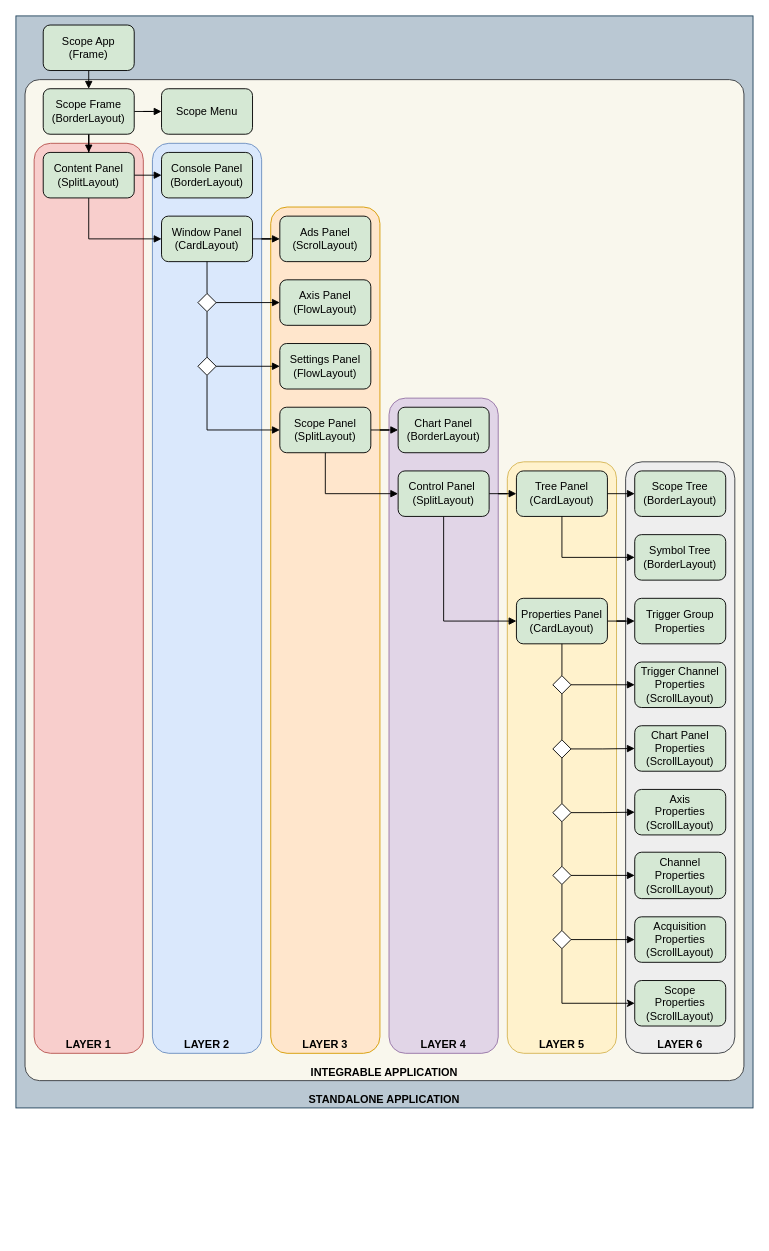
LaCocoRoco/Beckhoff keeps this draw.io diagram as doc/layout.drawio.xml. Above is the earlier version. Source tidied: cells renumbered, new cells numbered last; positions are measured from the earlier drawing's top-left corner, leaving out a move shared by most shapes. Both pictures are drawn from the tidied source at 91%, with x=0, y=0 at pixel (15, 15).
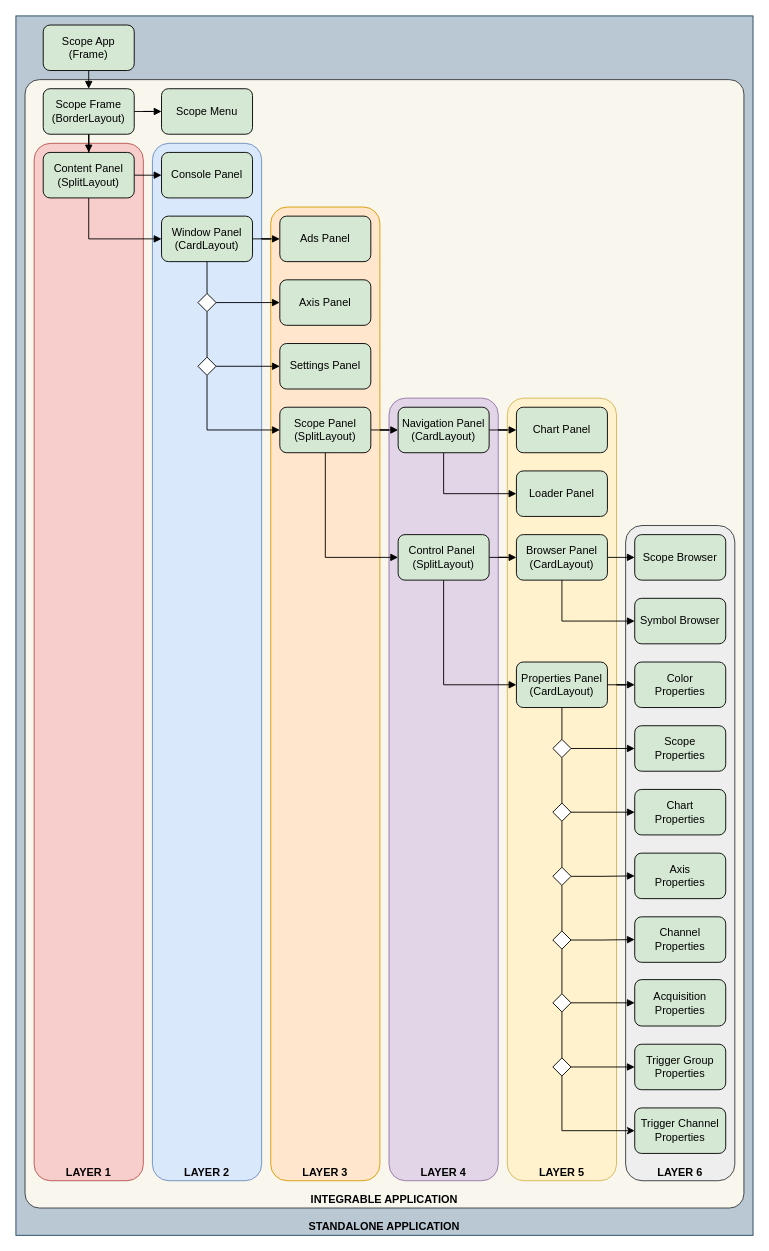
After the change.

The edit, as a diff of the source:
```diff
@@
     <mxCell id="2" value="&lt;b&gt;STANDALONE APPLICATION&lt;/b&gt;" style="rounded=0;whiteSpace=wrap;html=1;arcSize=2;verticalAlign=bottom;fillColor=#bac8d3;strokeColor=#23445d;" parent="1" vertex="1">
-      <mxGeometry width="810" height="1200" as="geometry" />
+      <mxGeometry width="810" height="1340" as="geometry" />
     </mxCell>
     <mxCell id="3" value="&lt;b&gt;INTEGRABLE APPLICATION&lt;/b&gt;" style="rounded=1;whiteSpace=wrap;html=1;arcSize=2;verticalAlign=bottom;fillColor=#f9f7ed;strokeColor=#36393d;" parent="1" vertex="1">
-      <mxGeometry x="10" y="70" width="790" height="1100" as="geometry" />
+      <mxGeometry x="10" y="70" width="790" height="1240" as="geometry" />
     </mxCell>
     <mxCell id="4" value="LAYER 6" style="rounded=1;whiteSpace=wrap;html=1;labelPosition=center;verticalLabelPosition=middle;align=center;verticalAlign=bottom;labelBackgroundColor=none;fontStyle=1;strokeColor=#36393d;fillColor=#eeeeee;" parent="1" vertex="1">
-      <mxGeometry x="670" y="490" width="120" height="650" as="geometry" />
+      <mxGeometry x="670" y="560" width="120" height="720" as="geometry" />
     </mxCell>
     <mxCell id="5" value="LAYER 5" style="rounded=1;whiteSpace=wrap;html=1;fillColor=#fff2cc;labelPosition=center;verticalLabelPosition=middle;align=center;verticalAlign=bottom;labelBackgroundColor=none;fontStyle=1;strokeColor=#d6b656;" parent="1" vertex="1">
-      <mxGeometry x="540" y="490" width="120" height="650" as="geometry" />
+      <mxGeometry x="540" y="420" width="120" height="860" as="geometry" />
     </mxCell>
     <mxCell id="6" value="LAYER 4" style="rounded=1;whiteSpace=wrap;html=1;fillColor=#e1d5e7;labelPosition=center;verticalLabelPosition=middle;align=center;verticalAlign=bottom;labelBackgroundColor=none;fontStyle=1;strokeColor=#9673a6;" parent="1" vertex="1">
-      <mxGeometry x="410" y="420" width="120" height="720" as="geometry" />
+      <mxGeometry x="410" y="420" width="120" height="860" as="geometry" />
     </mxCell>
     <mxCell id="7" value="LAYER 3" style="rounded=1;whiteSpace=wrap;html=1;labelPosition=center;verticalLabelPosition=middle;align=center;verticalAlign=bottom;labelBackgroundColor=none;fontStyle=1;strokeColor=#d79b00;fillColor=#ffe6cc;" parent="1" vertex="1">
-      <mxGeometry x="280" y="210" width="120" height="930" as="geometry" />
+      <mxGeometry x="280" y="210" width="120" height="1070" as="geometry" />
     </mxCell>
     <mxCell id="8" value="LAYER 2" style="rounded=1;whiteSpace=wrap;html=1;fillColor=#dae8fc;labelPosition=center;verticalLabelPosition=middle;align=center;verticalAlign=bottom;labelBackgroundColor=none;fontStyle=1;strokeColor=#6c8ebf;" parent="1" vertex="1">
-      <mxGeometry x="150" y="140" width="120" height="1000" as="geometry" />
+      <mxGeometry x="150" y="140" width="120" height="1140" as="geometry" />
     </mxCell>
     <mxCell id="9" value="LAYER 1" style="rounded=1;whiteSpace=wrap;html=1;fillColor=#f8cecc;labelPosition=center;verticalLabelPosition=middle;align=center;verticalAlign=bottom;labelBackgroundColor=none;fontStyle=1;strokeColor=#b85450;" parent="1" vertex="1">
-      <mxGeometry x="20" y="140" width="120" height="1000" as="geometry" />
+      <mxGeometry x="20" y="140" width="120" height="1140" as="geometry" />
     </mxCell>
@@
-    <mxCell id="16" value="Console Panel&lt;br&gt;(BorderLayout)" style="rounded=1;whiteSpace=wrap;html=1;fillColor=#d5e8d4;strokeWidth=1;" parent="1" vertex="1">
+    <mxCell id="16" value="Console Panel" style="rounded=1;whiteSpace=wrap;html=1;fillColor=#d5e8d4;strokeWidth=1;" parent="1" vertex="1">
       <mxGeometry x="160" y="150" width="100" height="50" as="geometry" />
     </mxCell>
@@
-    <mxCell id="19" value="Ads Panel&lt;br&gt;(ScrolLayout)" style="rounded=1;whiteSpace=wrap;html=1;fillColor=#d5e8d4;strokeWidth=1;" parent="1" vertex="1">
+    <mxCell id="19" value="Ads Panel" style="rounded=1;whiteSpace=wrap;html=1;fillColor=#d5e8d4;strokeWidth=1;" parent="1" vertex="1">
       <mxGeometry x="290" y="220" width="100" height="50" as="geometry" />
     </mxCell>
+    <mxCell id="69" style="edgeStyle=orthogonalEdgeStyle;rounded=0;jettySize=auto;html=1;entryX=0;entryY=0.5;entryDx=0;entryDy=0;exitX=0.5;exitY=1;exitDx=0;exitDy=0;endArrow=block;endFill=1;" parent="1" edge="1" source="20" target="72">
+      <mxGeometry relative="1" as="geometry" />
+    </mxCell>
+    <mxCell id="70" style="edgeStyle=orthogonalEdgeStyle;rounded=0;jettySize=auto;html=1;entryX=0;entryY=0.5;entryDx=0;entryDy=0;endArrow=block;endFill=1;" parent="1" edge="1" source="20" target="71">
+      <mxGeometry relative="1" as="geometry" />
+    </mxCell>
-    <mxCell id="20" value="Chart Panel&lt;br&gt;(BorderLayout)" style="rounded=1;whiteSpace=wrap;html=1;fillColor=#d5e8d4;strokeWidth=1;" parent="1" vertex="1">
+    <mxCell id="20" value="Navigation Panel&lt;br&gt;(CardLayout)" style="rounded=1;whiteSpace=wrap;html=1;fillColor=#d5e8d4;strokeWidth=1;" parent="1" vertex="1">
       <mxGeometry x="420" y="430" width="100" height="50" as="geometry" />
     </mxCell>
@@
-    <mxCell id="24" value="Tree Panel&lt;br&gt;(CardLayout)" style="rounded=1;whiteSpace=wrap;html=1;fillColor=#d5e8d4;strokeWidth=1;" parent="1" vertex="1">
-      <mxGeometry x="550" y="500" width="100" height="50" as="geometry" />
+    <mxCell id="24" value="Browser Panel (CardLayout)" style="rounded=1;whiteSpace=wrap;html=1;fillColor=#d5e8d4;strokeWidth=1;" parent="1" vertex="1">
+      <mxGeometry x="550" y="570" width="100" height="50" as="geometry" />
     </mxCell>
@@
-    <mxCell id="26" value="Symbol Tree&lt;br&gt;(BorderLayout)" style="rounded=1;whiteSpace=wrap;html=1;fillColor=#d5e8d4;strokeWidth=1;" parent="1" vertex="1">
-      <mxGeometry x="680" y="570" width="100" height="50" as="geometry" />
+    <mxCell id="26" value="Symbol Browser" style="rounded=1;whiteSpace=wrap;html=1;fillColor=#d5e8d4;strokeWidth=1;" parent="1" vertex="1">
+      <mxGeometry x="680" y="640" width="100" height="50" as="geometry" />
     </mxCell>
@@
     <mxCell id="32" value="Properties Panel&lt;br&gt;(CardLayout)" style="rounded=1;whiteSpace=wrap;html=1;fillColor=#d5e8d4;strokeWidth=1;" parent="1" vertex="1">
-      <mxGeometry x="550" y="640" width="100" height="50" as="geometry" />
+      <mxGeometry x="550" y="710" width="100" height="50" as="geometry" />
     </mxCell>
-    <mxCell id="33" value="Trigger Group&lt;br&gt;Properties" style="rounded=1;whiteSpace=wrap;html=1;fillColor=#d5e8d4;strokeWidth=1;" parent="1" vertex="1">
-      <mxGeometry x="680" y="640" width="100" height="50" as="geometry" />
+    <mxCell id="33" value="Color&lt;br&gt;Properties" style="rounded=1;whiteSpace=wrap;html=1;fillColor=#d5e8d4;strokeWidth=1;" parent="1" vertex="1">
+      <mxGeometry x="680" y="710" width="100" height="50" as="geometry" />
     </mxCell>
-    <mxCell id="34" value="Trigger Channel&lt;br&gt;Properties&lt;br&gt;(ScrollLayout)" style="rounded=1;whiteSpace=wrap;html=1;fillColor=#d5e8d4;strokeWidth=1;" parent="1" vertex="1">
-      <mxGeometry x="680" y="710" width="100" height="50" as="geometry" />
+    <mxCell id="34" value="Chart&lt;br&gt;Properties" style="rounded=1;whiteSpace=wrap;html=1;fillColor=#d5e8d4;strokeWidth=1;" parent="1" vertex="1">
+      <mxGeometry x="680" y="850" width="100" height="50" as="geometry" />
     </mxCell>
-    <mxCell id="35" value="Channel&lt;br&gt;Properties&lt;br&gt;(ScrollLayout)" style="rounded=1;whiteSpace=wrap;html=1;fillColor=#d5e8d4;strokeWidth=1;" parent="1" vertex="1">
-      <mxGeometry x="680" y="919" width="100" height="51" as="geometry" />
+    <mxCell id="35" value="Acquisition&lt;br&gt;Properties" style="rounded=1;whiteSpace=wrap;html=1;fillColor=#d5e8d4;strokeWidth=1;" parent="1" vertex="1">
+      <mxGeometry x="680" y="1059" width="100" height="51" as="geometry" />
     </mxCell>
-    <mxCell id="36" value="Chart Panel&lt;br&gt;Properties&lt;br&gt;(ScrollLayout)" style="rounded=1;whiteSpace=wrap;html=1;fillColor=#d5e8d4;strokeWidth=1;" parent="1" vertex="1">
-      <mxGeometry x="680" y="780" width="100" height="50" as="geometry" />
+    <mxCell id="36" value="Axis&lt;br&gt;Properties" style="rounded=1;whiteSpace=wrap;html=1;fillColor=#d5e8d4;strokeWidth=1;" parent="1" vertex="1">
+      <mxGeometry x="680" y="920" width="100" height="50" as="geometry" />
     </mxCell>
-    <mxCell id="37" value="Axis&lt;br&gt;Properties&lt;br&gt;(ScrollLayout)" style="rounded=1;whiteSpace=wrap;html=1;fillColor=#d5e8d4;strokeWidth=1;" parent="1" vertex="1">
-      <mxGeometry x="680" y="850" width="100" height="50" as="geometry" />
+    <mxCell id="37" value="Channel&lt;br&gt;Properties" style="rounded=1;whiteSpace=wrap;html=1;fillColor=#d5e8d4;strokeWidth=1;" parent="1" vertex="1">
+      <mxGeometry x="680" y="990" width="100" height="50" as="geometry" />
     </mxCell>
@@
     <mxCell id="42" style="rhombus;whiteSpace=wrap;html=1;strokeWidth=1;" parent="1" vertex="1">
-      <mxGeometry x="590" y="725" width="20" height="20" as="geometry" />
+      <mxGeometry x="590" y="865" width="20" height="20" as="geometry" />
     </mxCell>
-    <mxCell id="43" style="edgeStyle=orthogonalEdgeStyle;rounded=0;jettySize=auto;html=1;entryX=0.5;entryY=0;entryDx=0;entryDy=0;exitX=0.5;exitY=1;exitDx=0;exitDy=0;endArrow=none;endFill=0;strokeWidth=1;" parent="1" edge="1" source="32" target="42">
+    <mxCell id="43" style="edgeStyle=orthogonalEdgeStyle;rounded=0;jettySize=auto;html=1;entryX=0.5;entryY=0;entryDx=0;entryDy=0;exitX=0.5;exitY=1;exitDx=0;exitDy=0;endArrow=none;endFill=0;strokeWidth=1;" parent="1" edge="1" source="74" target="42">
       <mxGeometry relative="1" as="geometry" />
     </mxCell>
@@
     <mxCell id="45" style="rhombus;whiteSpace=wrap;html=1;strokeWidth=1;" parent="1" vertex="1">
-      <mxGeometry x="590" y="795.5" width="20" height="20" as="geometry" />
+      <mxGeometry x="590" y="935.5" width="20" height="20" as="geometry" />
     </mxCell>
@@
     <mxCell id="47" style="rhombus;whiteSpace=wrap;html=1;strokeWidth=1;" parent="1" vertex="1">
-      <mxGeometry x="590" y="865.5" width="20" height="20" as="geometry" />
+      <mxGeometry x="590" y="1005.5" width="20" height="20" as="geometry" />
     </mxCell>
-    <mxCell id="48" value="Axis Panel&lt;br&gt;(FlowLayout)" style="rounded=1;whiteSpace=wrap;html=1;fillColor=#d5e8d4;strokeWidth=1;" parent="1" vertex="1">
+    <mxCell id="48" value="Axis Panel" style="rounded=1;whiteSpace=wrap;html=1;fillColor=#d5e8d4;strokeWidth=1;" parent="1" vertex="1">
       <mxGeometry x="290" y="290" width="100" height="50" as="geometry" />
     </mxCell>
-    <mxCell id="49" value="Acquisition&lt;br&gt;Properties&lt;br&gt;(ScrollLayout)" style="rounded=1;whiteSpace=wrap;html=1;fillColor=#d5e8d4;strokeWidth=1;" parent="1" vertex="1">
-      <mxGeometry x="680" y="990" width="100" height="50" as="geometry" />
+    <mxCell id="49" value="Trigger Group&lt;br&gt;Properties" style="rounded=1;whiteSpace=wrap;html=1;fillColor=#d5e8d4;strokeWidth=1;" parent="1" vertex="1">
+      <mxGeometry x="680" y="1130" width="100" height="50" as="geometry" />
     </mxCell>
@@
     <mxCell id="52" style="rhombus;whiteSpace=wrap;html=1;strokeWidth=1;" parent="1" vertex="1">
-      <mxGeometry x="590" y="934.5" width="20" height="20" as="geometry" />
+      <mxGeometry x="590" y="1074.5" width="20" height="20" as="geometry" />
     </mxCell>
@@
     <mxCell id="55" value="Control Panel&amp;nbsp;&lt;br&gt;(SplitLayout)" style="rounded=1;whiteSpace=wrap;html=1;fillColor=#d5e8d4;strokeWidth=1;" parent="1" vertex="1">
-      <mxGeometry x="420" y="500" width="100" height="50" as="geometry" />
+      <mxGeometry x="420" y="570" width="100" height="50" as="geometry" />
     </mxCell>
@@
-    <mxCell id="61" value="Scope Tree&lt;br&gt;(BorderLayout)" style="rounded=1;whiteSpace=wrap;html=1;fillColor=#d5e8d4;strokeWidth=1;" parent="1" vertex="1">
-      <mxGeometry x="680" y="500" width="100" height="50" as="geometry" />
+    <mxCell id="61" value="Scope Browser" style="rounded=1;whiteSpace=wrap;html=1;fillColor=#d5e8d4;strokeWidth=1;" parent="1" vertex="1">
+      <mxGeometry x="680" y="570" width="100" height="50" as="geometry" />
     </mxCell>
@@
-    <mxCell id="63" value="Settings Panel&lt;br&gt;(FlowLayout)" style="rounded=1;whiteSpace=wrap;html=1;fillColor=#d5e8d4;strokeWidth=1;" parent="1" vertex="1">
+    <mxCell id="63" value="Settings Panel" style="rounded=1;whiteSpace=wrap;html=1;fillColor=#d5e8d4;strokeWidth=1;" parent="1" vertex="1">
       <mxGeometry x="290" y="360" width="100" height="50" as="geometry" />
     </mxCell>
@@
-    <mxCell id="66" value="Scope&lt;br&gt;Properties&lt;br&gt;(ScrollLayout)" style="rounded=1;whiteSpace=wrap;html=1;fillColor=#d5e8d4;strokeWidth=1;" parent="1" vertex="1">
-      <mxGeometry x="680" y="1060" width="100" height="50" as="geometry" />
+    <mxCell id="66" value="Trigger Channel&lt;br&gt;Properties" style="rounded=1;whiteSpace=wrap;html=1;fillColor=#d5e8d4;strokeWidth=1;" parent="1" vertex="1">
+      <mxGeometry x="680" y="1200" width="100" height="50" as="geometry" />
     </mxCell>
@@
     <mxCell id="68" style="rhombus;whiteSpace=wrap;html=1;strokeWidth=1;" parent="1" vertex="1">
-      <mxGeometry x="590" y="1005" width="20" height="20" as="geometry" />
+      <mxGeometry x="590" y="1145" width="20" height="20" as="geometry" />
     </mxCell>
+    <mxCell id="71" value="Chart Panel" style="rounded=1;whiteSpace=wrap;html=1;fillColor=#d5e8d4;strokeWidth=1;" parent="1" vertex="1">
+      <mxGeometry x="550" y="430" width="100" height="50" as="geometry" />
+    </mxCell>
+    <mxCell id="72" value="Loader Panel" style="rounded=1;whiteSpace=wrap;html=1;fillColor=#d5e8d4;strokeWidth=1;" parent="1" vertex="1">
+      <mxGeometry x="550" y="500" width="100" height="50" as="geometry" />
+    </mxCell>
+    <mxCell id="73" value="Scope&lt;br&gt;Properties" style="rounded=1;whiteSpace=wrap;html=1;fillColor=#d5e8d4;strokeWidth=1;" parent="1" vertex="1">
+      <mxGeometry x="680" y="780" width="100" height="50" as="geometry" />
+    </mxCell>
+    <mxCell id="74" style="rhombus;whiteSpace=wrap;html=1;strokeWidth=1;" parent="1" vertex="1">
+      <mxGeometry x="590" y="795" width="20" height="20" as="geometry" />
+    </mxCell>
+    <mxCell id="75" style="edgeStyle=orthogonalEdgeStyle;rounded=0;jettySize=auto;html=1;exitX=0.5;exitY=1;exitDx=0;exitDy=0;endArrow=none;endFill=0;strokeWidth=1;entryX=0.5;entryY=0;entryDx=0;entryDy=0;" parent="1" edge="1" source="32" target="74">
+      <mxGeometry relative="1" as="geometry" />
+    </mxCell>
+    <mxCell id="76" style="edgeStyle=orthogonalEdgeStyle;rounded=0;jettySize=auto;html=1;entryX=0;entryY=0.5;entryDx=0;entryDy=0;exitX=1;exitY=0.5;exitDx=0;exitDy=0;endArrow=block;endFill=1;strokeWidth=1;" parent="1" edge="1" source="74" target="73">
+      <mxGeometry relative="1" as="geometry" />
+    </mxCell>
```
